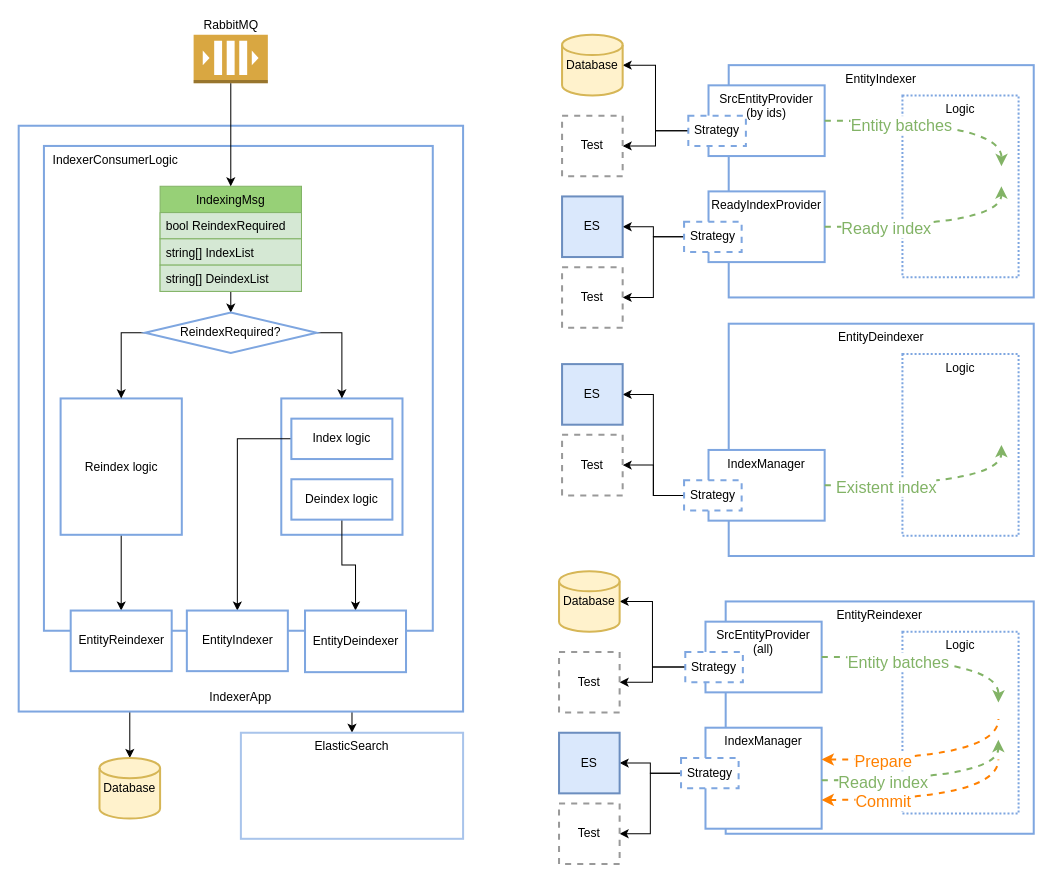
Earlier version of the draw.io diagram page "inside" (4 of 4) of doc/indexer-app.drawio (ozzy-ext-mylab/indexer-app). Source tidied: cells renumbered, new cells numbered last; positions are measured from the earlier drawing's top-left corner, leaving out a move shared by most shapes. Both pictures are drawn from the tidied source at 101%, with x=0, y=0 at pixel (18, 34).
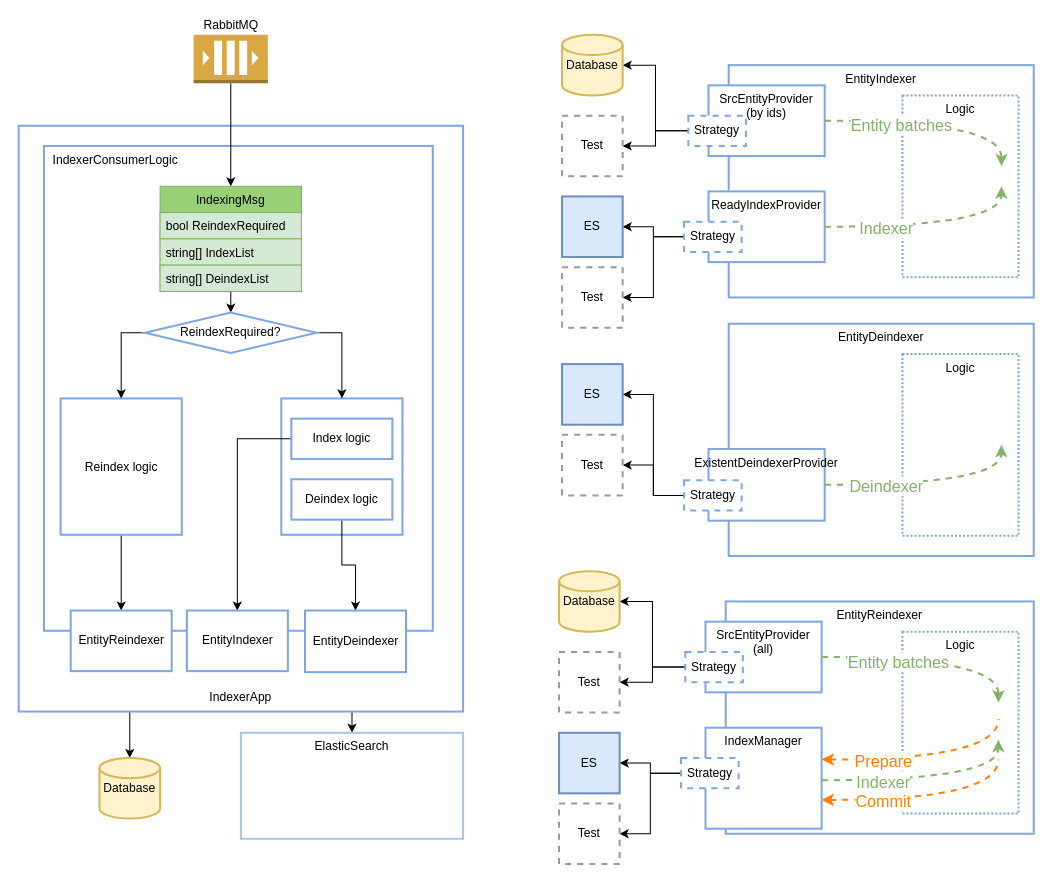
The same page after the edit.

Unchanged cells that the change refers to:
```xml
<mxCell id="40" style="edgeStyle=orthogonalEdgeStyle;curved=1;rounded=0;jettySize=auto;html=1;dashed=1;strokeColor=#82B366;strokeWidth=2;" parent="1" edge="1" source="26">
  <mxGeometry relative="1" as="geometry">
    <mxPoint x="973" y="150" as="targetPoint" />
    <Array as="points">
      <mxPoint x="973" y="190" />
    </Array>
  </mxGeometry>
</mxCell>
<mxCell id="50" style="edgeStyle=orthogonalEdgeStyle;curved=1;rounded=0;jettySize=auto;html=1;dashed=1;strokeColor=#82B366;strokeWidth=2;" parent="1" edge="1" source="43">
  <mxGeometry relative="1" as="geometry">
    <mxPoint x="973" y="406" as="targetPoint" />
    <Array as="points">
      <mxPoint x="973" y="446" />
    </Array>
  </mxGeometry>
</mxCell>
<mxCell id="68" style="edgeStyle=orthogonalEdgeStyle;curved=1;rounded=0;orthogonalLoop=1;jettySize=auto;html=1;dashed=1;strokeColor=#82B366;strokeWidth=2;" parent="1" edge="1">
  <mxGeometry relative="1" as="geometry">
    <mxPoint x="795" y="738" as="sourcePoint" />
    <mxPoint x="970" y="698" as="targetPoint" />
    <Array as="points">
      <mxPoint x="970" y="738" />
    </Array>
  </mxGeometry>
</mxCell>
```

Change to the diagram source:
```diff
@@
-    <mxCell id="41" value="Ready index" style="text;html=1;align=center;verticalAlign=middle;labelBackgroundColor=#ffffff;fontColor=#82B366;fontSize=16;" parent="40" vertex="1">
+    <mxCell id="41" value="Indexer" style="text;html=1;align=center;verticalAlign=middle;labelBackgroundColor=#ffffff;fontColor=#82B366;fontSize=16;" parent="40" vertex="1">
       <mxGeometry x="-0.44" y="-1" relative="1" as="geometry" />
     </mxCell>
@@
-    <mxCell id="43" value="IndexManager" style="rounded=0;whiteSpace=wrap;html=1;align=center;verticalAlign=top;strokeColor=#7EA6E0;strokeWidth=2;" parent="1" vertex="1">
-      <mxGeometry x="683" y="411" width="115" height="70" as="geometry" />
+    <mxCell id="43" value="ExistentDeindexerProvider" style="rounded=0;whiteSpace=wrap;html=1;align=center;verticalAlign=top;strokeColor=#7EA6E0;strokeWidth=2;" parent="1" vertex="1">
+      <mxGeometry x="683" y="410" width="115" height="71" as="geometry" />
     </mxCell>
@@
-    <mxCell id="51" value="Existent index" style="text;html=1;align=center;verticalAlign=middle;labelBackgroundColor=#ffffff;fontColor=#82B366;fontSize=16;" parent="50" vertex="1">
+    <mxCell id="51" value="Deindexer" style="text;html=1;align=center;verticalAlign=middle;labelBackgroundColor=#ffffff;fontColor=#82B366;fontSize=16;" parent="50" vertex="1">
       <mxGeometry x="-0.44" y="-1" relative="1" as="geometry" />
     </mxCell>
@@
-    <mxCell id="69" value="Ready index" style="text;html=1;align=center;verticalAlign=middle;labelBackgroundColor=#ffffff;fontColor=#82B366;fontSize=16;" parent="68" vertex="1">
+    <mxCell id="69" value="Indexer" style="text;html=1;align=center;verticalAlign=middle;labelBackgroundColor=#ffffff;fontColor=#82B366;fontSize=16;" parent="68" vertex="1">
       <mxGeometry x="-0.44" y="-1" relative="1" as="geometry" />
     </mxCell>
```
